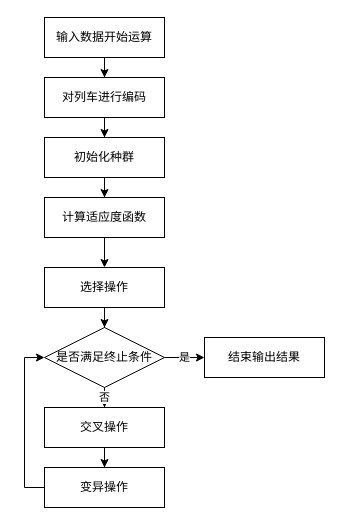
Before: Untitled Diagram.drawio in PhysicsZhang/KnowledgeGraph, a draw.io diagram. Source tidied: cells renumbered, new cells numbered last; positions are measured from the earlier drawing's top-left corner, leaving out a move shared by most shapes. Both pictures are drawn from the tidied source at 100%, with x=0, y=0 at pixel (24, 17).
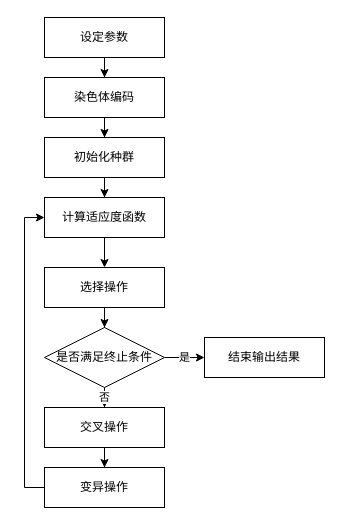
The same diagram, later.

The change refers to these unchanged cells:
```xml
<mxCell id="3" value="变异操作" style="whiteSpace=wrap;html=1;" parent="1" vertex="1">
  <mxGeometry x="20" y="450" width="120" height="40" as="geometry" />
</mxCell>
<mxCell id="8" value="是否满足终止条件" style="rhombus;whiteSpace=wrap;html=1;" parent="1" vertex="1">
  <mxGeometry x="20" y="310" width="120" height="60" as="geometry" />
</mxCell>
<mxCell id="12" value="计算适应度函数" style="whiteSpace=wrap;html=1;" parent="1" vertex="1">
  <mxGeometry x="20" y="180" width="120" height="40" as="geometry" />
</mxCell>
```

Change to the diagram source:
```diff
@@
-    <mxCell id="2" style="edgeStyle=orthogonalEdgeStyle;rounded=0;jettySize=auto;html=1;entryX=0;entryY=0.5;entryDx=0;entryDy=0;" parent="1" edge="1" source="3" target="8">
-      <mxGeometry relative="1" as="geometry">
-        <Array as="points">
-          <mxPoint y="470" />
-          <mxPoint y="340" />
-        </Array>
-      </mxGeometry>
-    </mxCell>
+    <mxCell id="20" style="edgeStyle=orthogonalEdgeStyle;rounded=0;jettySize=auto;html=1;entryX=0;entryY=0.5;entryDx=0;entryDy=0;" parent="1" edge="1" source="3" target="12">
+      <mxGeometry relative="1" as="geometry">
+        <Array as="points">
+          <mxPoint y="470" />
+          <mxPoint y="200" />
+        </Array>
+      </mxGeometry>
+    </mxCell>
@@
-    <mxCell id="5" value="输入数据开始运算" style="whiteSpace=wrap;html=1;" parent="1" vertex="1">
+    <mxCell id="5" value="设定参数" style="whiteSpace=wrap;html=1;" parent="1" vertex="1">
       <mxGeometry x="20" width="120" height="40" as="geometry" />
     </mxCell>
@@
-    <mxCell id="14" value="对列车进行编码" style="whiteSpace=wrap;html=1;" parent="1" vertex="1">
+    <mxCell id="14" value="染色体编码" style="whiteSpace=wrap;html=1;" parent="1" vertex="1">
       <mxGeometry x="20" y="60" width="120" height="40" as="geometry" />
     </mxCell>
```
